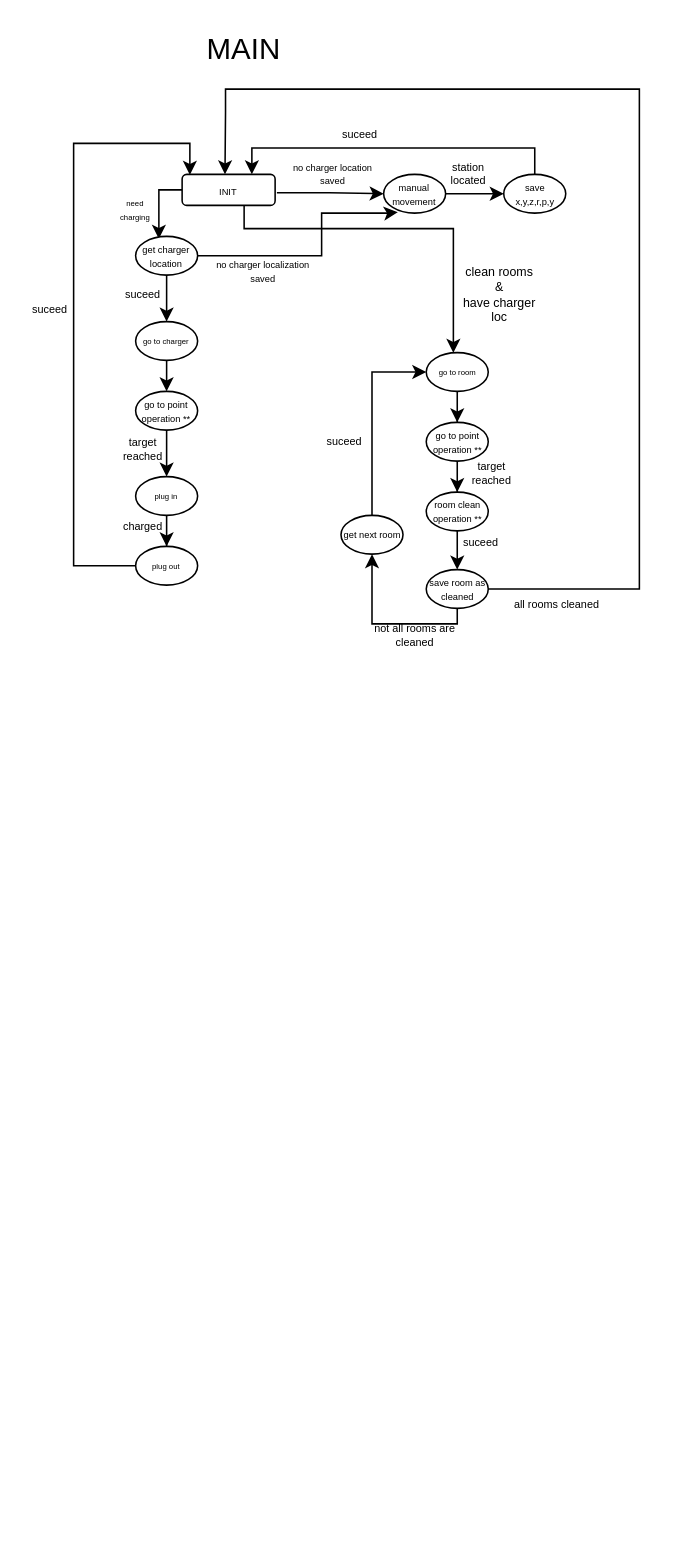
kbieniekpw/drawio_projects keeps this draw.io diagram as automat.drawio. Above is the earlier version. Source tidied: cells renumbered, new cells numbered last; positions are measured from the earlier drawing's top-left corner, leaving out a move shared by most shapes. Both pictures are drawn from the tidied source at 155%, with x=0, y=0 at pixel (26, 26).
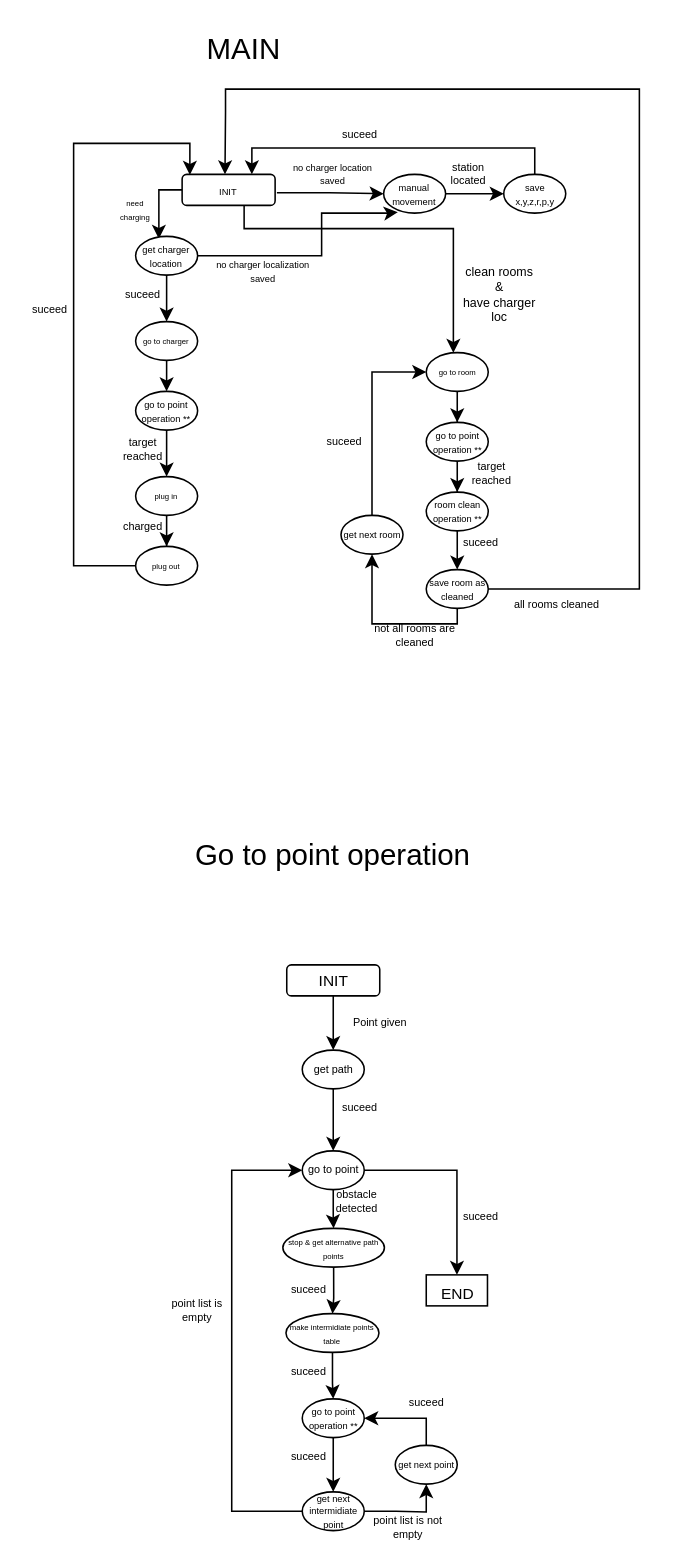
Above is the later version.

What changed in the source:
```diff
@@
+    <mxCell id="48" value="&lt;font style=&quot;font-size: 19px;&quot;&gt;Go to point operation&lt;/font&gt;" style="text;html=1;strokeColor=none;fillColor=none;align=center;verticalAlign=middle;whiteSpace=wrap;rounded=0;fontSize=6;" parent="1" vertex="1">
+      <mxGeometry x="80" y="520" width="235" height="30" as="geometry" />
+    </mxCell>
+    <mxCell id="49" style="edgeStyle=orthogonalEdgeStyle;rounded=0;jettySize=auto;html=1;fontSize=19;" parent="1" edge="1" source="50" target="52">
+      <mxGeometry relative="1" as="geometry" />
+    </mxCell>
+    <mxCell id="50" value="&lt;font style=&quot;font-size: 10px;&quot;&gt;INIT&lt;/font&gt;" style="rounded=1;whiteSpace=wrap;html=1;" parent="1" vertex="1">
+      <mxGeometry x="167.5" y="605" width="60" height="20" as="geometry" />
+    </mxCell>
+    <mxCell id="51" style="edgeStyle=orthogonalEdgeStyle;rounded=0;jettySize=auto;html=1;fontSize=10;" parent="1" edge="1" source="52" target="56">
+      <mxGeometry relative="1" as="geometry" />
+    </mxCell>
+    <mxCell id="52" value="get path" style="ellipse;whiteSpace=wrap;html=1;fontSize=7;" parent="1" vertex="1">
+      <mxGeometry x="177.5" y="660" width="40" height="25" as="geometry" />
+    </mxCell>
+    <mxCell id="53" value="Point given" style="text;html=1;strokeColor=none;fillColor=none;align=center;verticalAlign=middle;whiteSpace=wrap;rounded=0;fontSize=7;" parent="1" vertex="1">
+      <mxGeometry x="202.5" y="635" width="49.5" height="15" as="geometry" />
+    </mxCell>
+    <mxCell id="54" style="edgeStyle=orthogonalEdgeStyle;rounded=0;jettySize=auto;html=1;fontSize=10;" parent="1" edge="1" source="56" target="57">
+      <mxGeometry relative="1" as="geometry" />
+    </mxCell>
+    <mxCell id="55" style="edgeStyle=orthogonalEdgeStyle;rounded=0;jettySize=auto;html=1;fontSize=5;" parent="1" edge="1" source="56" target="61">
+      <mxGeometry relative="1" as="geometry" />
+    </mxCell>
+    <mxCell id="56" value="go to point" style="ellipse;whiteSpace=wrap;html=1;fontSize=7;" parent="1" vertex="1">
+      <mxGeometry x="177.5" y="725" width="40" height="25" as="geometry" />
+    </mxCell>
+    <mxCell id="57" value="&lt;font style=&quot;font-size: 10px;&quot;&gt;END&lt;/font&gt;" style="rounded=0;whiteSpace=wrap;html=1;fontSize=19;" parent="1" vertex="1">
+      <mxGeometry x="257.5" y="805" width="39.5" height="20" as="geometry" />
+    </mxCell>
+    <mxCell id="58" value="suceed" style="text;html=1;strokeColor=none;fillColor=none;align=center;verticalAlign=middle;whiteSpace=wrap;rounded=0;fontSize=7;" parent="1" vertex="1">
+      <mxGeometry x="190" y="690" width="49.5" height="15" as="geometry" />
+    </mxCell>
+    <mxCell id="59" value="suceed" style="text;html=1;strokeColor=none;fillColor=none;align=center;verticalAlign=middle;whiteSpace=wrap;rounded=0;fontSize=7;" parent="1" vertex="1">
+      <mxGeometry x="267.8" y="760" width="49.5" height="15" as="geometry" />
+    </mxCell>
+    <mxCell id="60" style="edgeStyle=orthogonalEdgeStyle;rounded=0;jettySize=auto;html=1;entryX=0.5;entryY=0;entryDx=0;entryDy=0;fontSize=5;" parent="1" edge="1" source="61" target="63">
+      <mxGeometry relative="1" as="geometry" />
+    </mxCell>
+    <mxCell id="61" value="&lt;font style=&quot;font-size: 5px;&quot;&gt;stop &amp;amp; get alternative path points&lt;/font&gt;" style="ellipse;whiteSpace=wrap;html=1;fontSize=7;" parent="1" vertex="1">
+      <mxGeometry x="165" y="775" width="65.5" height="25" as="geometry" />
+    </mxCell>
+    <mxCell id="62" style="edgeStyle=orthogonalEdgeStyle;rounded=0;jettySize=auto;html=1;entryX=0.5;entryY=0;entryDx=0;entryDy=0;fontSize=5;" parent="1" edge="1" source="63" target="65">
+      <mxGeometry relative="1" as="geometry" />
+    </mxCell>
+    <mxCell id="63" value="&lt;font style=&quot;font-size: 5px;&quot;&gt;make intermidiate points table&lt;/font&gt;" style="ellipse;whiteSpace=wrap;html=1;fontSize=7;" parent="1" vertex="1">
+      <mxGeometry x="167" y="830" width="60" height="25" as="geometry" />
+    </mxCell>
+    <mxCell id="64" style="edgeStyle=orthogonalEdgeStyle;rounded=0;jettySize=auto;html=1;entryX=0.5;entryY=0;entryDx=0;entryDy=0;fontSize=5;" parent="1" edge="1" source="65" target="68">
+      <mxGeometry relative="1" as="geometry" />
+    </mxCell>
+    <mxCell id="65" value="&lt;font style=&quot;font-size: 6px;&quot;&gt;go to point operation **&lt;/font&gt;" style="ellipse;whiteSpace=wrap;html=1;fontSize=7;" parent="1" vertex="1">
+      <mxGeometry x="177.5" y="885" width="40" height="25" as="geometry" />
+    </mxCell>
+    <mxCell id="66" style="edgeStyle=orthogonalEdgeStyle;rounded=0;jettySize=auto;html=1;entryX=0.5;entryY=1;entryDx=0;entryDy=0;fontSize=6;" parent="1" edge="1" source="68" target="70">
+      <mxGeometry relative="1" as="geometry">
+        <Array as="points">
+          <mxPoint x="238" y="958" />
+          <mxPoint x="258" y="958" />
+        </Array>
+      </mxGeometry>
+    </mxCell>
+    <mxCell id="67" style="edgeStyle=orthogonalEdgeStyle;rounded=0;jettySize=auto;html=1;entryX=0;entryY=0.5;entryDx=0;entryDy=0;fontSize=6;" parent="1" edge="1" source="68" target="56">
+      <mxGeometry relative="1" as="geometry">
+        <Array as="points">
+          <mxPoint x="132" y="957.5" />
+          <mxPoint x="132" y="738" />
+        </Array>
+      </mxGeometry>
+    </mxCell>
+    <mxCell id="68" value="&lt;font style=&quot;font-size: 6px;&quot;&gt;get next intermidiate point&lt;/font&gt;" style="ellipse;whiteSpace=wrap;html=1;fontSize=7;" parent="1" vertex="1">
+      <mxGeometry x="177.5" y="945" width="40" height="25" as="geometry" />
+    </mxCell>
+    <mxCell id="69" style="edgeStyle=orthogonalEdgeStyle;rounded=0;jettySize=auto;html=1;entryX=1;entryY=0.5;entryDx=0;entryDy=0;fontSize=6;" parent="1" edge="1" source="70" target="65">
+      <mxGeometry relative="1" as="geometry">
+        <Array as="points">
+          <mxPoint x="258" y="898" />
+          <mxPoint x="218" y="898" />
+        </Array>
+      </mxGeometry>
+    </mxCell>
+    <mxCell id="70" value="&lt;font style=&quot;font-size: 6px;&quot;&gt;get next point&lt;/font&gt;" style="ellipse;whiteSpace=wrap;html=1;fontSize=7;" parent="1" vertex="1">
+      <mxGeometry x="237.5" y="915" width="40" height="25" as="geometry" />
+    </mxCell>
+    <mxCell id="71" value="suceed" style="text;html=1;strokeColor=none;fillColor=none;align=center;verticalAlign=middle;whiteSpace=wrap;rounded=0;fontSize=7;" parent="1" vertex="1">
+      <mxGeometry x="157" y="860" width="49.5" height="15" as="geometry" />
+    </mxCell>
+    <mxCell id="72" value="suceed" style="text;html=1;strokeColor=none;fillColor=none;align=center;verticalAlign=middle;whiteSpace=wrap;rounded=0;fontSize=7;" parent="1" vertex="1">
+      <mxGeometry x="157" y="807.5" width="49.5" height="15" as="geometry" />
+    </mxCell>
+    <mxCell id="73" value="suceed" style="text;html=1;strokeColor=none;fillColor=none;align=center;verticalAlign=middle;whiteSpace=wrap;rounded=0;fontSize=7;" parent="1" vertex="1">
+      <mxGeometry x="157" y="915" width="49.5" height="15" as="geometry" />
+    </mxCell>
+    <mxCell id="74" value="point list is empty" style="text;html=1;strokeColor=none;fillColor=none;align=center;verticalAlign=middle;whiteSpace=wrap;rounded=0;fontSize=7;" parent="1" vertex="1">
+      <mxGeometry x="85" y="820" width="49.5" height="15" as="geometry" />
+    </mxCell>
+    <mxCell id="75" value="point list is not empty" style="text;html=1;strokeColor=none;fillColor=none;align=center;verticalAlign=middle;whiteSpace=wrap;rounded=0;fontSize=7;" parent="1" vertex="1">
+      <mxGeometry x="220.5" y="960" width="49.5" height="15" as="geometry" />
+    </mxCell>
+    <mxCell id="76" value="suceed" style="text;html=1;strokeColor=none;fillColor=none;align=center;verticalAlign=middle;whiteSpace=wrap;rounded=0;fontSize=7;" parent="1" vertex="1">
+      <mxGeometry x="232.8" y="880" width="49.5" height="15" as="geometry" />
+    </mxCell>
+    <mxCell id="77" value="obstacle detected" style="text;html=1;strokeColor=none;fillColor=none;align=center;verticalAlign=middle;whiteSpace=wrap;rounded=0;fontSize=7;" parent="1" vertex="1">
+      <mxGeometry x="188" y="750" width="49.5" height="15" as="geometry" />
+    </mxCell>
```
